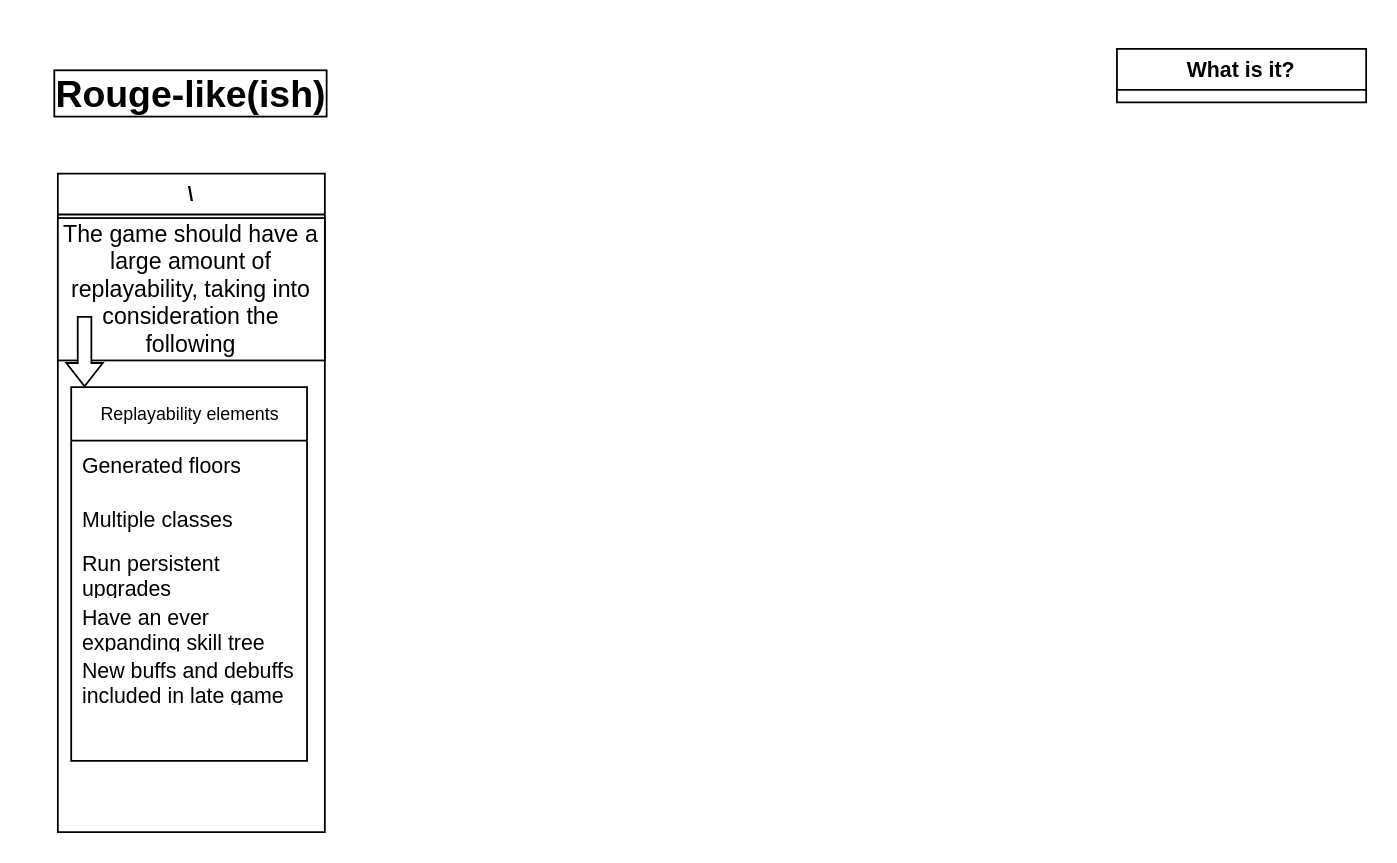
This is rouge-like(ish).drawio from cheeseEnthusiasts/ideas, a draw.io file, before an edit. Source tidied: cells renumbered, new cells numbered last; positions are measured from the earlier drawing's top-left corner, leaving out a move shared by most shapes. Both pictures are drawn from the tidied source at 178%, with x=0, y=0 at pixel (30, 30).
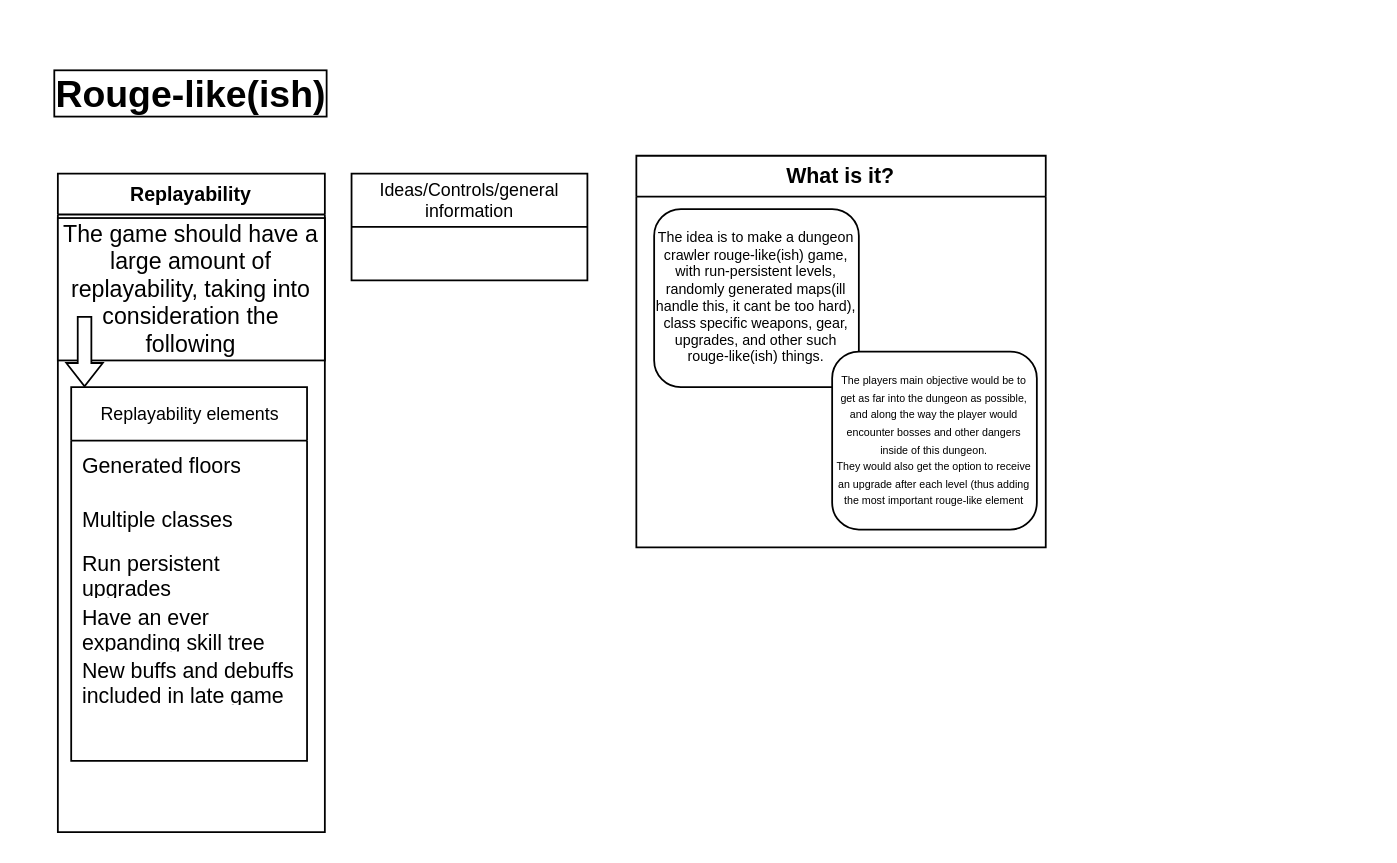
After the change.

Change to the diagram source:
```diff
@@
 <mxGraphModel>
   <root>
     <mxCell id="0" />
     <mxCell id="1" parent="0" />
     <mxCell id="2" value="Rouge-like(ish)" style="text;strokeColor=none;fillColor=none;align=center;verticalAlign=middle;rounded=0;fontSize=21;fontStyle=1;labelBorderColor=default;labelBackgroundColor=default;whiteSpace=wrap;html=1;" parent="1" vertex="1">
       <mxGeometry width="180" height="70" as="geometry" />
     </mxCell>
-    <mxCell id="3" value="What is it?" style="swimlane;whiteSpace=wrap;html=1;" parent="1" vertex="1" collapsed="1">
-      <mxGeometry x="610" y="10" width="140" height="30" as="geometry" />
+    <mxCell id="3" value="What is it?" style="swimlane;whiteSpace=wrap;html=1;" parent="1" vertex="1">
+      <mxGeometry x="340" y="70" width="230" height="220" as="geometry" />
     </mxCell>
+    <mxCell id="14" value="The idea is to make a dungeon crawler rouge-like(ish) game, with run-persistent levels, randomly generated maps(ill handle this, it cant be too hard), class specific weapons, gear, upgrades, and other such rouge-like(ish) things." style="rounded=1;whiteSpace=wrap;html=1;fontSize=8;" parent="3" vertex="1">
+      <mxGeometry x="10" y="30" width="115" height="100" as="geometry" />
+    </mxCell>
+    <mxCell id="15" value="&lt;font style=&quot;font-size: 6px;&quot;&gt;The players main objective would be to get as far into the dungeon as possible, and along the way the player would encounter bosses and other dangers inside of this dungeon.&lt;br&gt;They would also get the option to receive an upgrade after each level (thus adding the most important rouge-like element&lt;/font&gt;" style="rounded=1;whiteSpace=wrap;html=1;fontSize=8;" parent="3" vertex="1">
+      <mxGeometry x="110" y="110" width="115" height="100" as="geometry" />
+    </mxCell>
-    <mxCell id="4" value="\" style="swimlane;whiteSpace=wrap;html=1;fontSize=11;startSize=23;" parent="1" vertex="1">
+    <mxCell id="4" value="Replayability" style="swimlane;whiteSpace=wrap;html=1;fontSize=11;startSize=23;" parent="1" vertex="1">
       <mxGeometry x="15" y="80" width="150" height="370" as="geometry" />
     </mxCell>
     <mxCell id="5" value="&lt;font style=&quot;font-size: 13px;&quot;&gt;The game should have a large amount of replayability, taking into consideration the following&lt;br style=&quot;font-size: 13px;&quot;&gt;&lt;/font&gt;" style="rounded=0;whiteSpace=wrap;html=1;fontSize=13;" parent="4" vertex="1">
       <mxGeometry y="25" width="150" height="80" as="geometry" />
     </mxCell>
     <mxCell id="6" style="shape=flexArrow;endArrow=classic;html=1;rounded=0;fillColor=default;strokeWidth=1;endWidth=11.851851851851853;endSize=4.019753086419754;width=7.654320987654321;" parent="4" edge="1">
       <mxGeometry relative="1" as="geometry">
         <mxPoint x="15" y="80" as="sourcePoint" />
         <mxPoint x="15" y="120" as="targetPoint" />
       </mxGeometry>
     </mxCell>
     <mxCell id="7" value="&lt;font style=&quot;font-size: 10px;&quot;&gt;Replayability elements&lt;/font&gt;" style="swimlane;fontStyle=0;horizontal=1;startSize=30;whiteSpace=wrap;html=1;fontSize=10;" parent="4" vertex="1">
       <mxGeometry x="7.5" y="120" width="132.5" height="210" as="geometry" />
     </mxCell>
     <mxCell id="8" value="Generated floors" style="text;strokeColor=none;fillColor=none;align=left;verticalAlign=middle;spacingLeft=4;spacingRight=4;overflow=hidden;whiteSpace=wrap;html=1;" parent="7" vertex="1">
       <mxGeometry y="30" width="132.5" height="30" as="geometry" />
     </mxCell>
     <mxCell id="9" value="Multiple classes" style="text;strokeColor=none;fillColor=none;align=left;verticalAlign=middle;spacingLeft=4;spacingRight=4;overflow=hidden;whiteSpace=wrap;html=1;" parent="7" vertex="1">
       <mxGeometry y="60" width="132.5" height="30" as="geometry" />
     </mxCell>
     <mxCell id="10" value="Run persistent upgrades" style="text;strokeColor=none;fillColor=none;align=left;verticalAlign=middle;spacingLeft=4;spacingRight=4;overflow=hidden;whiteSpace=wrap;html=1;" parent="7" vertex="1">
       <mxGeometry y="90" width="132.5" height="30" as="geometry" />
     </mxCell>
     <mxCell id="11" value="Have an ever expanding skill tree" style="text;strokeColor=none;fillColor=none;align=left;verticalAlign=middle;spacingLeft=4;spacingRight=4;overflow=hidden;whiteSpace=wrap;html=1;" parent="7" vertex="1">
       <mxGeometry y="120" width="132.5" height="30" as="geometry" />
     </mxCell>
     <mxCell id="12" value="New buffs and debuffs included in late game" style="text;strokeColor=none;fillColor=none;align=left;verticalAlign=middle;spacingLeft=4;spacingRight=4;overflow=hidden;whiteSpace=wrap;html=1;" parent="7" vertex="1">
       <mxGeometry y="150" width="132.5" height="30" as="geometry" />
     </mxCell>
     <mxCell id="13" style="text;strokeColor=none;fillColor=none;align=left;verticalAlign=middle;spacingLeft=4;spacingRight=4;overflow=hidden;whiteSpace=wrap;html=1;" parent="7" vertex="1">
       <mxGeometry y="180" width="132.5" height="30" as="geometry" />
     </mxCell>
+    <mxCell id="16" value="Ideas/Controls/general information" style="swimlane;fontStyle=0;horizontal=1;startSize=30;whiteSpace=wrap;html=1;fontSize=10;" parent="1" vertex="1">
+      <mxGeometry x="180" y="80" width="132.5" height="60" as="geometry" />
+    </mxCell>
+    <mxCell id="17" style="text;strokeColor=none;fillColor=none;align=left;verticalAlign=middle;spacingLeft=4;spacingRight=4;overflow=hidden;whiteSpace=wrap;html=1;" parent="16" vertex="1">
+      <mxGeometry y="30" width="132.5" height="30" as="geometry" />
+    </mxCell>
   </root>
 </mxGraphModel>
```
